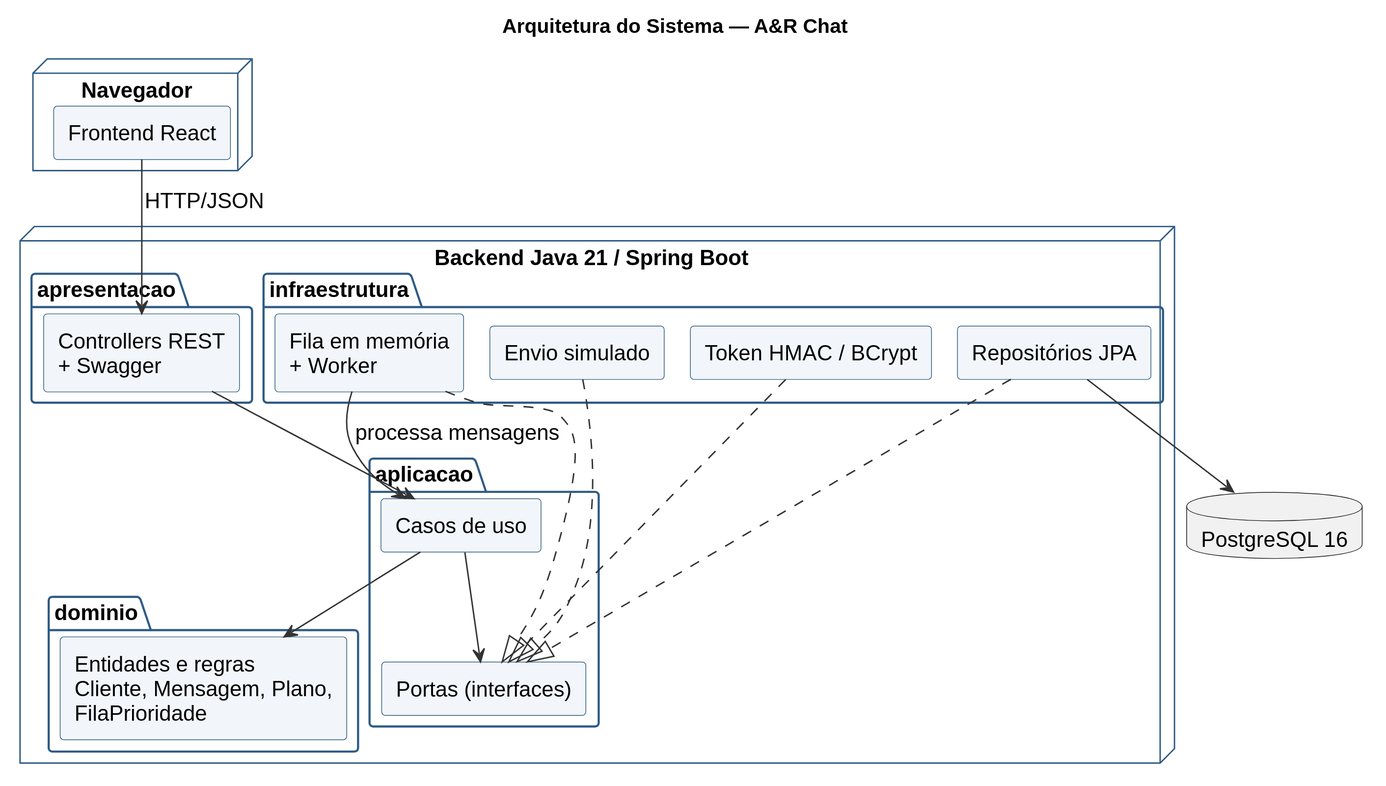
Above: docs/03-diagramas/07-arquitetura.svg in ryanandrade-beep/ar-chat (PlantUML), before the change.
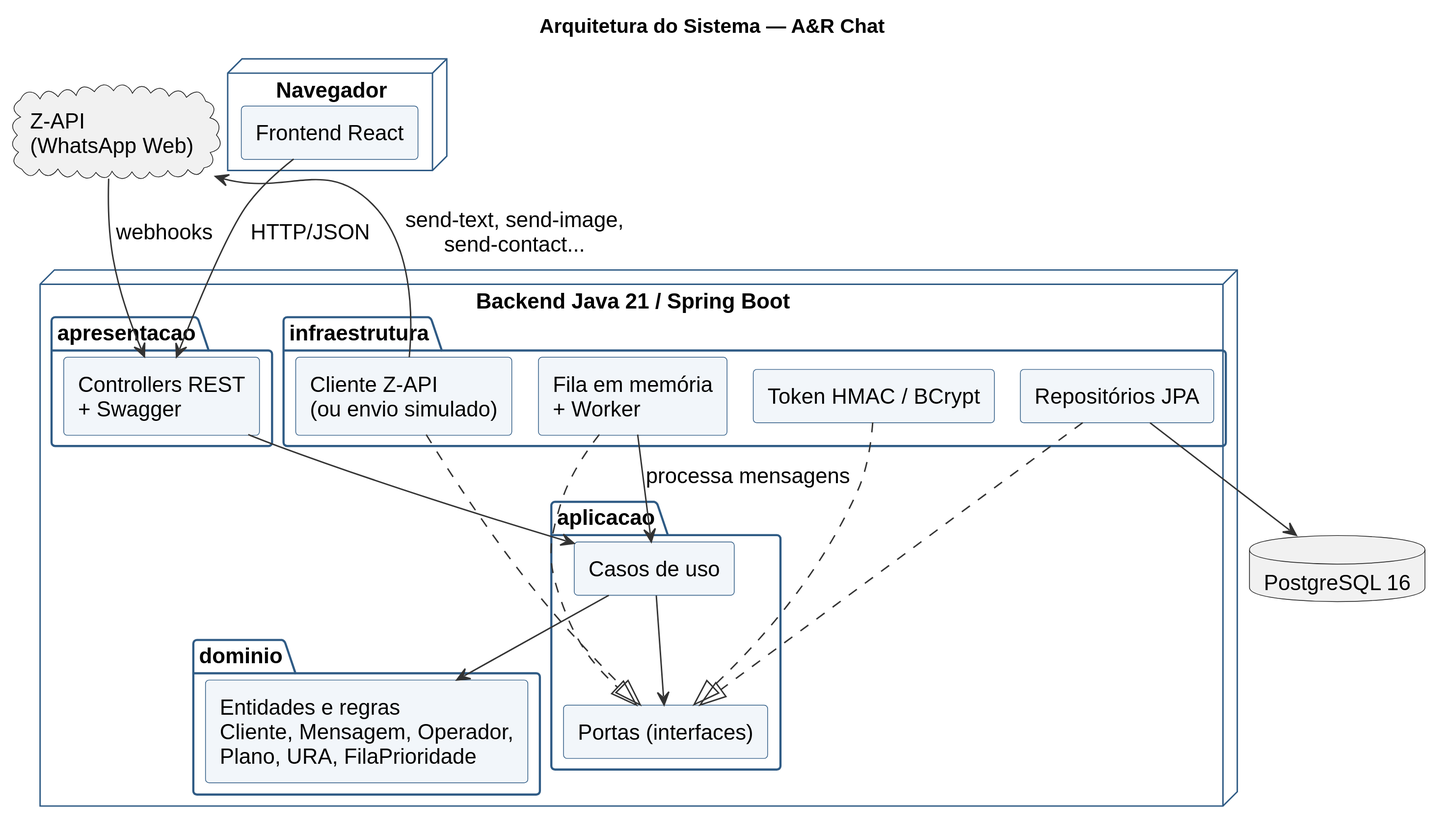
Above is the later version.

Change to the diagram source:
```diff
@@ -18,16 +18,17 @@
     [Portas (interfaces)] as PT
   }
   package "dominio" {
-    [Entidades e regras\nCliente, Mensagem, Plano,\nFilaPrioridade] as DM
+    [Entidades e regras\nCliente, Mensagem, Operador,\nPlano, URA, FilaPrioridade] as DM
   }
   package "infraestrutura" {
     [Repositórios JPA] as JPA
     [Fila em memória\n+ Worker] as FQ
-    [Envio simulado] as EV
+    [Cliente Z-API\n(ou envio simulado)] as EV
     [Token HMAC / BCrypt] as SEC
   }
 }
 database "PostgreSQL 16" as DB
+cloud "Z-API\n(WhatsApp Web)" as ZAPI
 FE --> CT : HTTP/JSON
 CT --> UC
 UC --> DM
@@ -38,4 +39,6 @@
 SEC ..|> PT
 JPA --> DB
 FQ --> UC : processa mensagens
+EV --> ZAPI : send-text, send-image,\nsend-contact...
+ZAPI --> CT : webhooks
 @enduml
```
